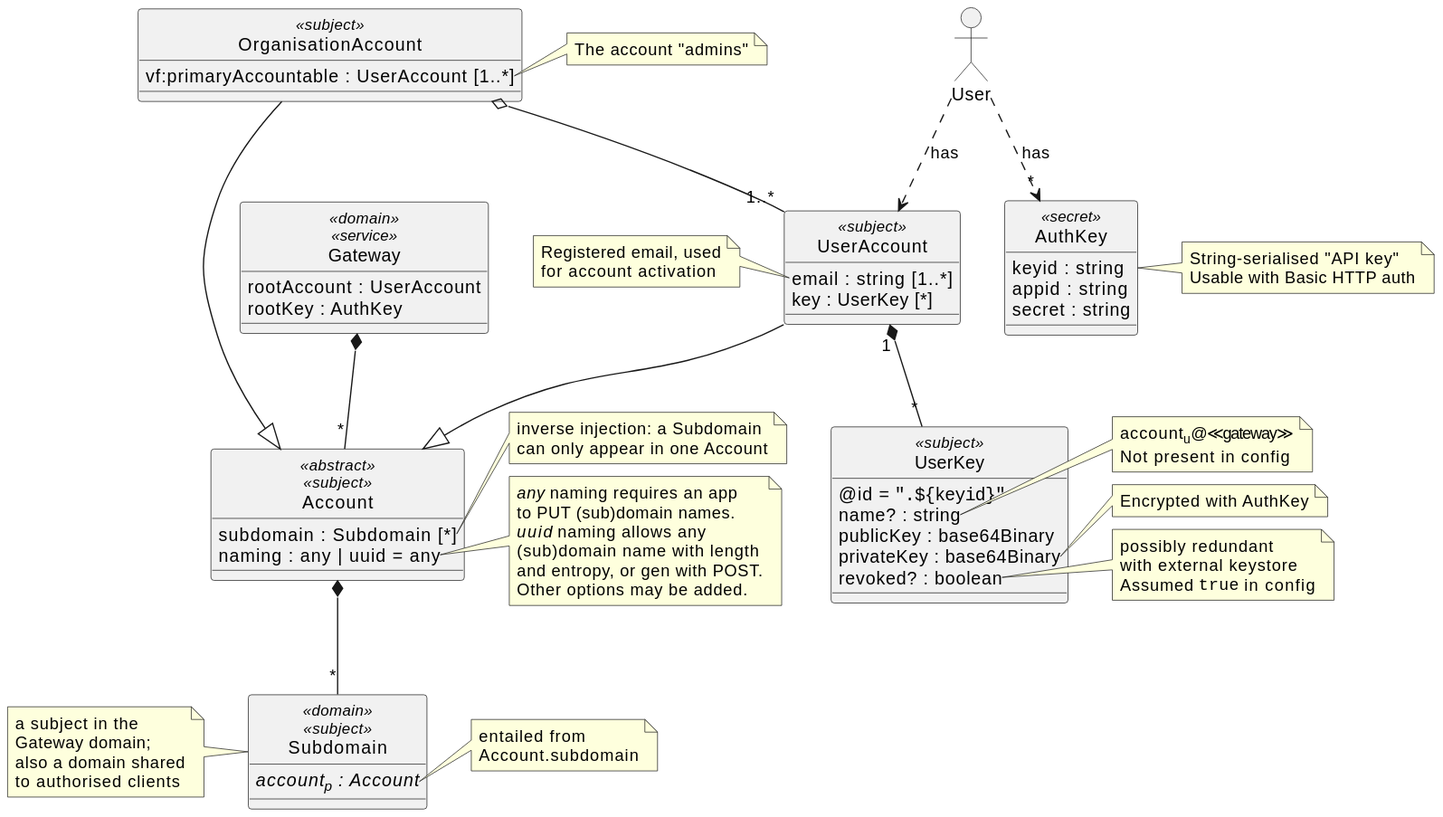
Before: architecture/security/img/accounts.class.svg, a diagram exported from PlantUML (m-ld/m-ld-gateway). Source of this version:
```plantuml
@startuml

hide circle
allowmixing

class Gateway <<domain>> <<service>> {
  rootAccount : UserAccount
  rootKey : AuthKey
}

Gateway *-- "*" Account

class Account <<abstract>> <<subject>> {
  subdomain : Subdomain [*]
  naming : any | uuid = any
}
note right of Account::subdomain
  inverse injection: a Subdomain
  can only appear in one Account
end note
note right of Account::naming
 //any// naming requires an app
 to PUT (sub)domain names.
 //uuid// naming allows any
 (sub)domain name with length
 and entropy, or gen with POST.
 Other options may be added.
end note

Account *-- "*" Subdomain

actor User

class UserAccount <<subject>> {
  email : string [1..*]
  key : UserKey [*]
}
note left of UserAccount::email
  Registered email, used
  for account activation
end note
UserAccount --|> Account
User ..> UserAccount: has
User ..> "*" AuthKey: has

class OrganisationAccount <<subject>> {
  vf:primaryAccountable : UserAccount [1..*]
}
note right of OrganisationAccount::vf:primaryAccountable
  The account "admins"
end note
OrganisationAccount --|> Account
OrganisationAccount o-- "1..*" UserAccount

class Subdomain <<domain>> <<subject>> {
  //account<sub>p</sub> : Account//

}
note left of Subdomain
  a subject in the
  Gateway domain;
  also a domain shared
  to authorised clients
end note
note right of Subdomain::account
  entailed from
  Account.subdomain
end note


class UserKey <<subject>> {
  @id = """.${keyid}" ""
  name? : string
  publicKey : base64Binary
  privateKey : base64Binary
  revoked? : boolean
}
note right of UserKey::name
  account<sub>u</sub>@≪gateway≫
  Not present in config
end note
note right of UserKey::privateKey
  Encrypted with AuthKey
end note
note right of UserKey::revoked
  possibly redundant
  with external keystore
  Assumed ""true"" in config
end note

UserAccount "1" *-- "*" UserKey

class AuthKey <<secret>> {
  keyid : string
  appid : string
  secret : string
}
note right of AuthKey
  String-serialised "API key"
  Usable with Basic HTTP auth
end note

@enduml
```
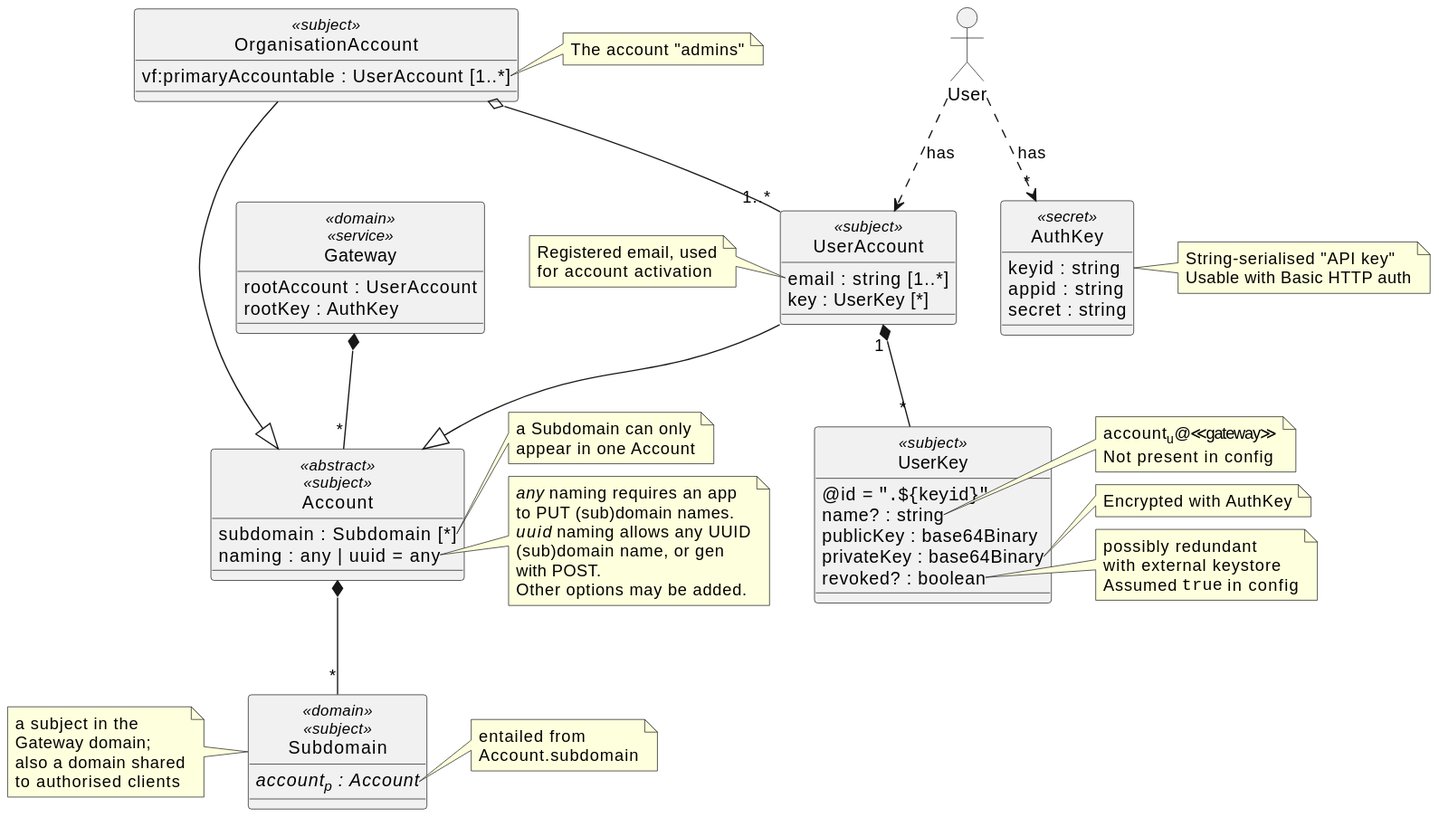
Later version of the same file.

What changed in the source:
```diff
@@ -15,15 +15,15 @@
   naming : any | uuid = any
 }
 note right of Account::subdomain
-  inverse injection: a Subdomain
-  can only appear in one Account
+  a Subdomain can only
+  appear in one Account
 end note
 note right of Account::naming
  //any// naming requires an app
  to PUT (sub)domain names.
- //uuid// naming allows any
- (sub)domain name with length
- and entropy, or gen with POST.
+ //uuid// naming allows any UUID
+ (sub)domain name, or gen
+ with POST.
  Other options may be added.
 end note
 
```
